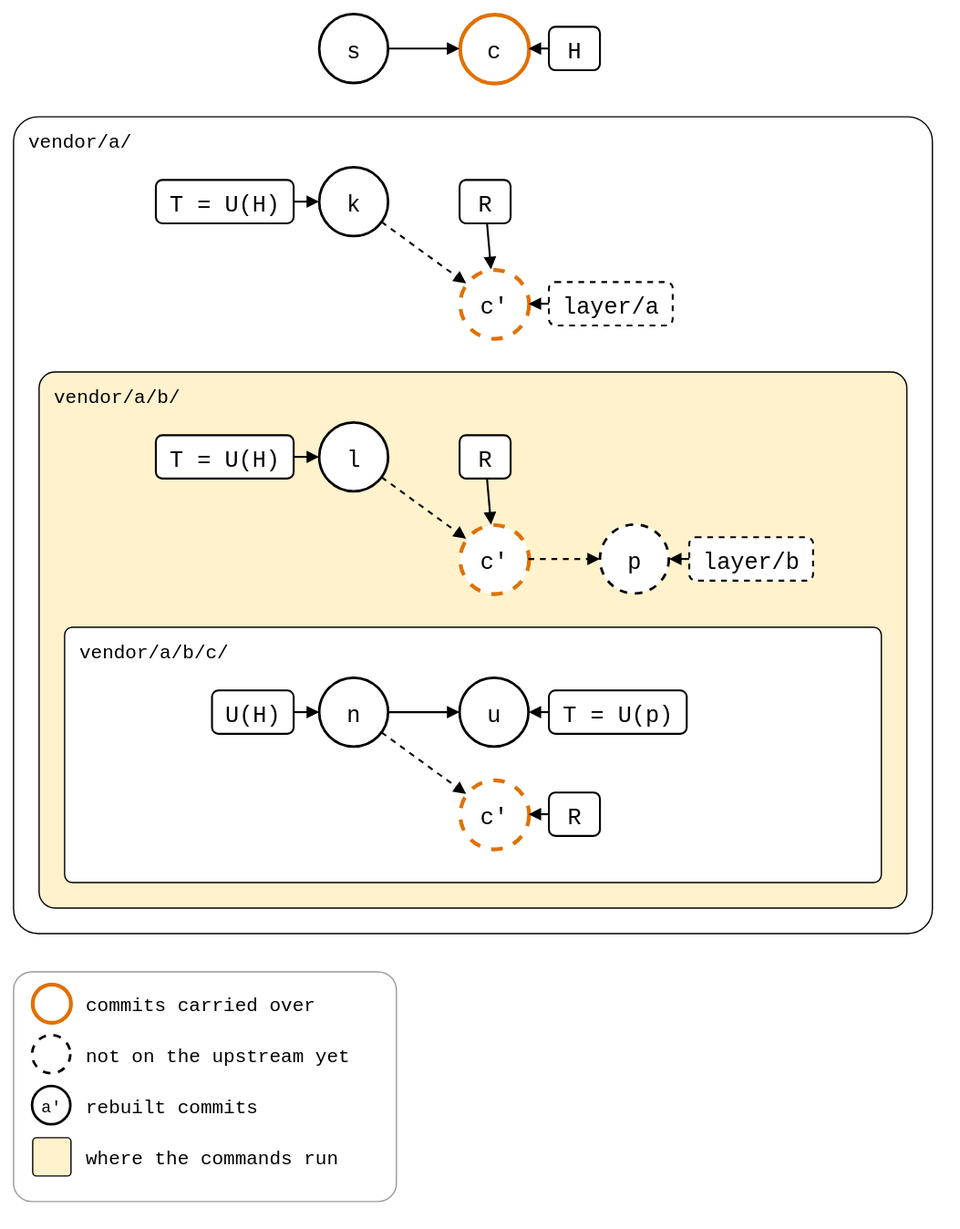
Earlier version of the draw.io export docs/09-scenarios/05-nested-splices/01-nested-splices/02-three-levels/levels-pulled-below.drawio.svg (roschaefer/git-splice). Source tidied: cells renumbered, new cells last; positions are measured from the earlier drawing's top-left corner, leaving out a move shared by most shapes.
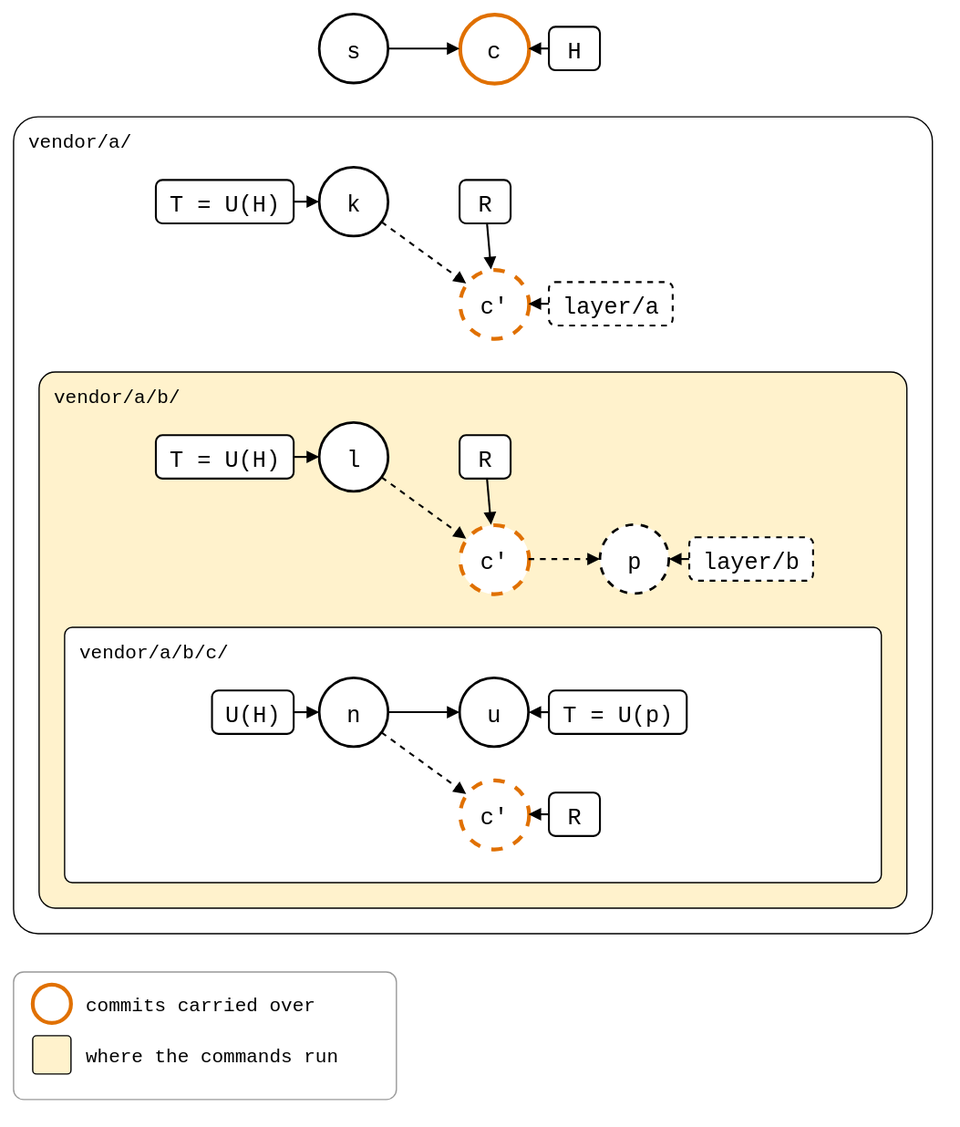
Later version of the same file.

The edit, as a diff of the source:
```diff
@@ -120,7 +120,7 @@
       <mxGeometry relative="1" as="geometry" />
     </mxCell>
     <mxCell id="41" style="rounded=1;arcSize=8;fillColor=none;strokeColor=#999999;strokeWidth=1;legend=1;" parent="1" vertex="1">
-      <mxGeometry y="750" width="300" height="180" as="geometry" />
+      <mxGeometry y="750" width="300" height="100" as="geometry" />
     </mxCell>
     <mxCell id="42" style="ellipse;fontSize=13;fontFamily=Roboto Mono,monospace;strokeWidth=2;strokeColor=#E07000;strokeWidth=3;" parent="41" vertex="1">
       <mxGeometry x="15" y="10" width="30" height="30" as="geometry" />
@@ -128,23 +128,11 @@
     <mxCell id="43" value="commits carried over" style="text;align=left;verticalAlign=middle;fontSize=15;fontFamily=Roboto Mono,monospace;" parent="41" vertex="1">
       <mxGeometry x="55" y="10" width="240" height="30" as="geometry" />
     </mxCell>
-    <mxCell id="44" style="ellipse;fontSize=13;fontFamily=Roboto Mono,monospace;strokeWidth=2;dashed=1;" parent="41" vertex="1">
-      <mxGeometry x="15" y="50" width="30" height="30" as="geometry" />
-    </mxCell>
-    <mxCell id="45" value="not on the upstream yet" style="text;align=left;verticalAlign=middle;fontSize=15;fontFamily=Roboto Mono,monospace;" parent="41" vertex="1">
-      <mxGeometry x="55" y="50" width="240" height="30" as="geometry" />
-    </mxCell>
-    <mxCell id="46" value="a'" style="ellipse;fontSize=13;fontFamily=Roboto Mono,monospace;strokeWidth=2;" parent="41" vertex="1">
-      <mxGeometry x="15" y="90" width="30" height="30" as="geometry" />
-    </mxCell>
-    <mxCell id="47" value="rebuilt commits" style="text;align=left;verticalAlign=middle;fontSize=15;fontFamily=Roboto Mono,monospace;" parent="41" vertex="1">
-      <mxGeometry x="55" y="90" width="240" height="30" as="geometry" />
-    </mxCell>
     <mxCell id="48" style="rounded=1;arcSize=10;strokeWidth=1;fillColor=#FFF2CC;" parent="41" vertex="1">
-      <mxGeometry x="15" y="130" width="30" height="30" as="geometry" />
+      <mxGeometry x="15" y="50" width="30" height="30" as="geometry" />
     </mxCell>
     <mxCell id="49" value="where the commands run" style="text;align=left;verticalAlign=middle;fontSize=15;fontFamily=Roboto Mono,monospace;" parent="41" vertex="1">
-      <mxGeometry x="55" y="130" width="240" height="30" as="geometry" />
+      <mxGeometry x="55" y="50" width="240" height="30" as="geometry" />
     </mxCell>
   </root>
 </mxGraphModel>
```
